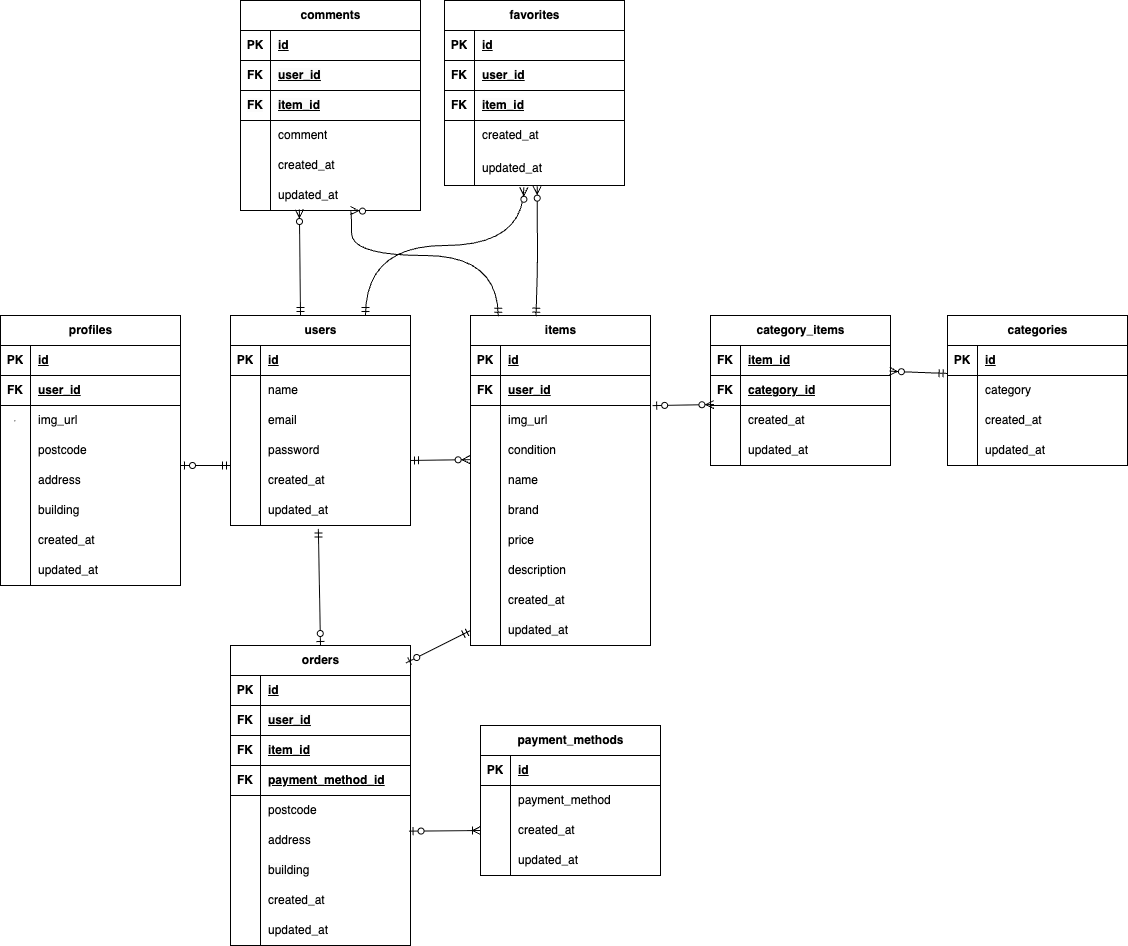
The draw.io diagram market.drawio.png in irokiyo/market-form, before a commit. Source tidied: cells renumbered, new cells last; positions are measured from the earlier drawing's top-left corner, leaving out a move shared by most shapes.
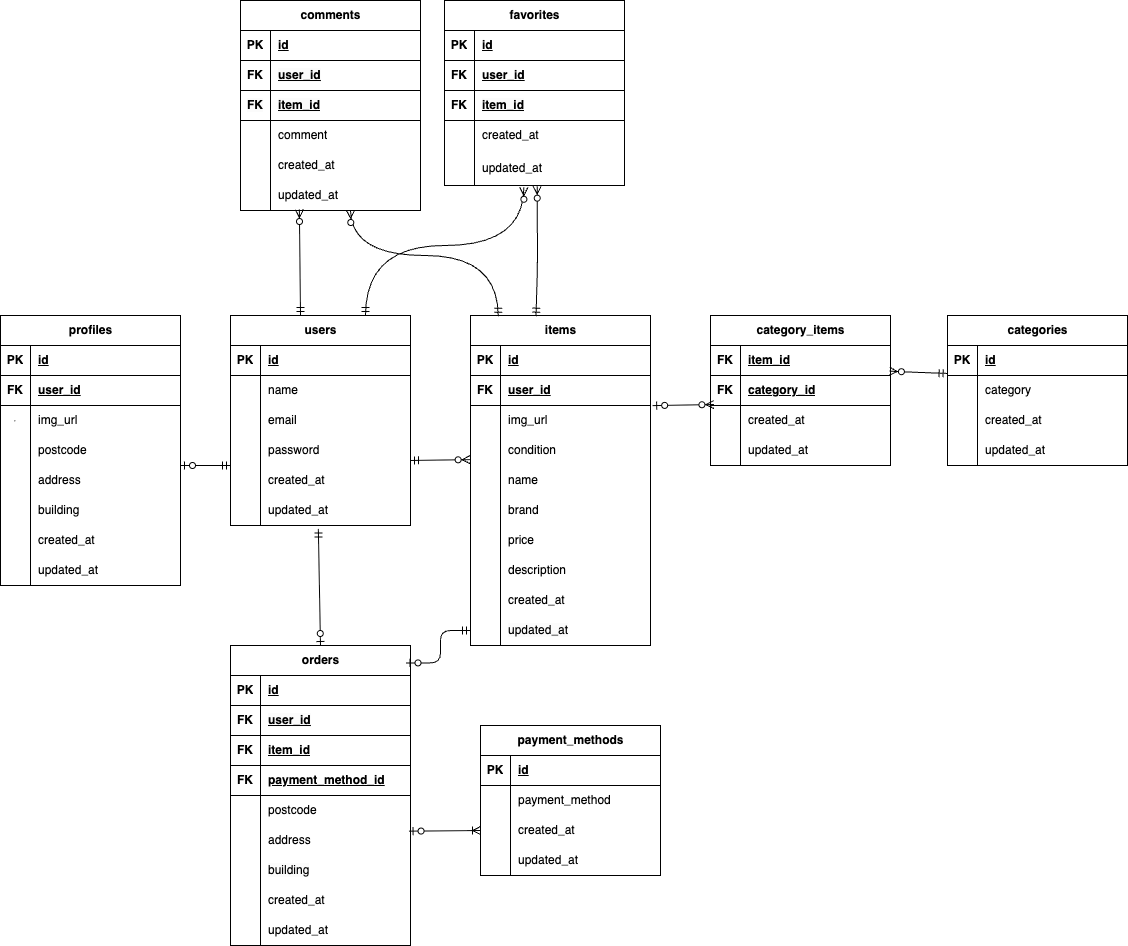
Later version of the same file.

Change to the diagram source:
```diff
@@ -586,7 +586,7 @@
     <mxCell id="188" style="fontSize=12;html=1;endArrow=ERzeroToOne;startArrow=ERmandOne;exitX=0.488;exitY=1.115;exitDx=0;exitDy=0;exitPerimeter=0;entryX=0.5;entryY=0;entryDx=0;entryDy=0;" parent="1" edge="1" source="43" target="151">
       <mxGeometry relative="1" as="geometry" />
     </mxCell>
-    <mxCell id="189" style="fontSize=12;html=1;endArrow=ERzeroToOne;startArrow=ERmandOne;exitX=0;exitY=0.5;exitDx=0;exitDy=0;entryX=0.975;entryY=0.058;entryDx=0;entryDy=0;entryPerimeter=0;" parent="1" edge="1" source="74" target="151">
+    <mxCell id="189" style="fontSize=12;html=1;endArrow=ERzeroToOne;startArrow=ERmandOne;exitX=0;exitY=0.5;exitDx=0;exitDy=0;entryX=0.975;entryY=0.058;entryDx=0;entryDy=0;entryPerimeter=0;edgeStyle=orthogonalEdgeStyle;" parent="1" edge="1" source="74" target="151">
       <mxGeometry relative="1" as="geometry" />
     </mxCell>
   </root>
```
